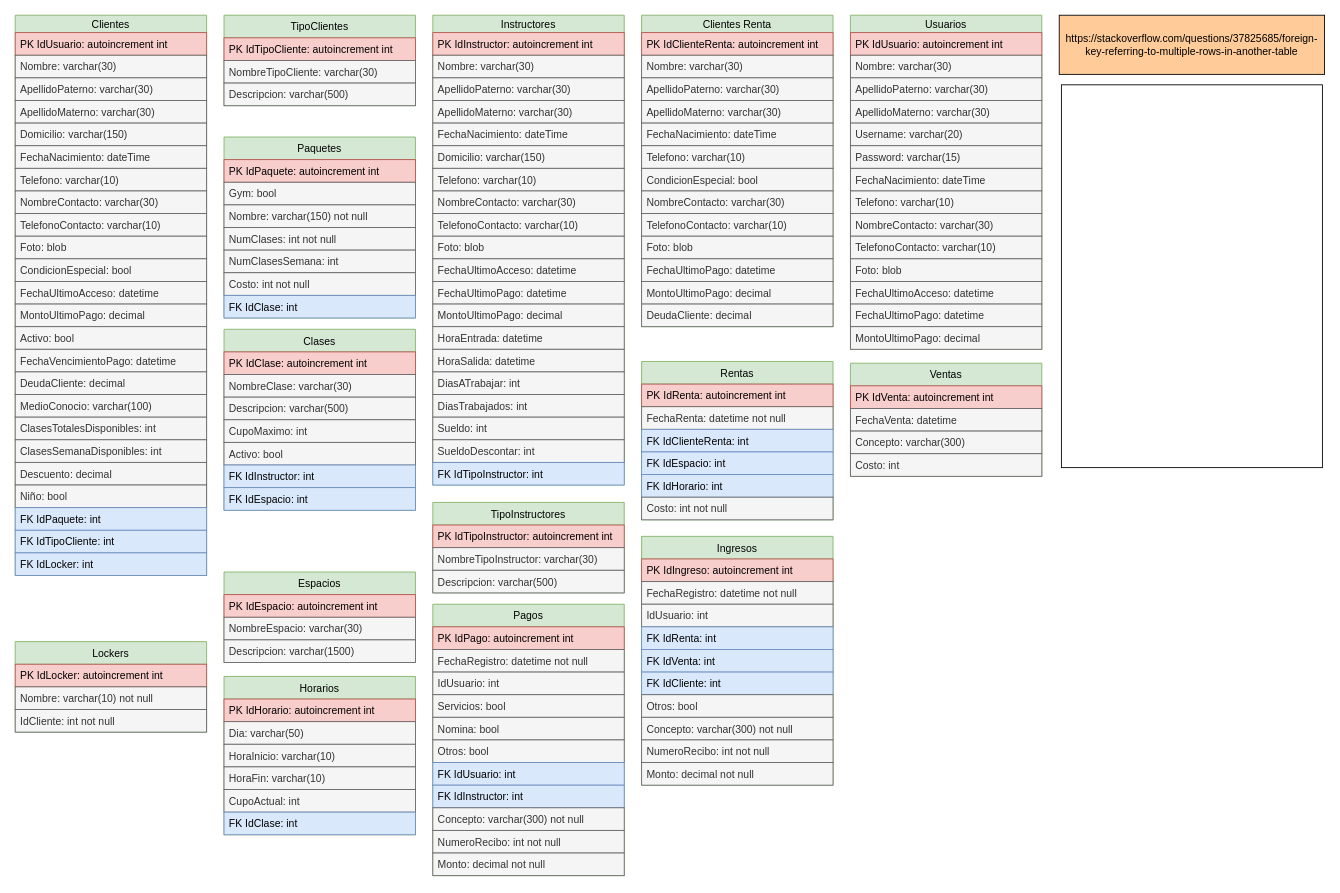
Earlier version of the draw.io diagram page "Base de Datos" (1 of 3) of GymCastillo/Docs/Diagrams/Database.drawio (Fwxzxh/GymCastillo). Source tidied: cells renumbered, new cells numbered last; positions are measured from the earlier drawing's top-left corner, leaving out a move shared by most shapes. Both pictures are drawn from the tidied source at 87%, with x=0, y=0 at pixel (15, 15).
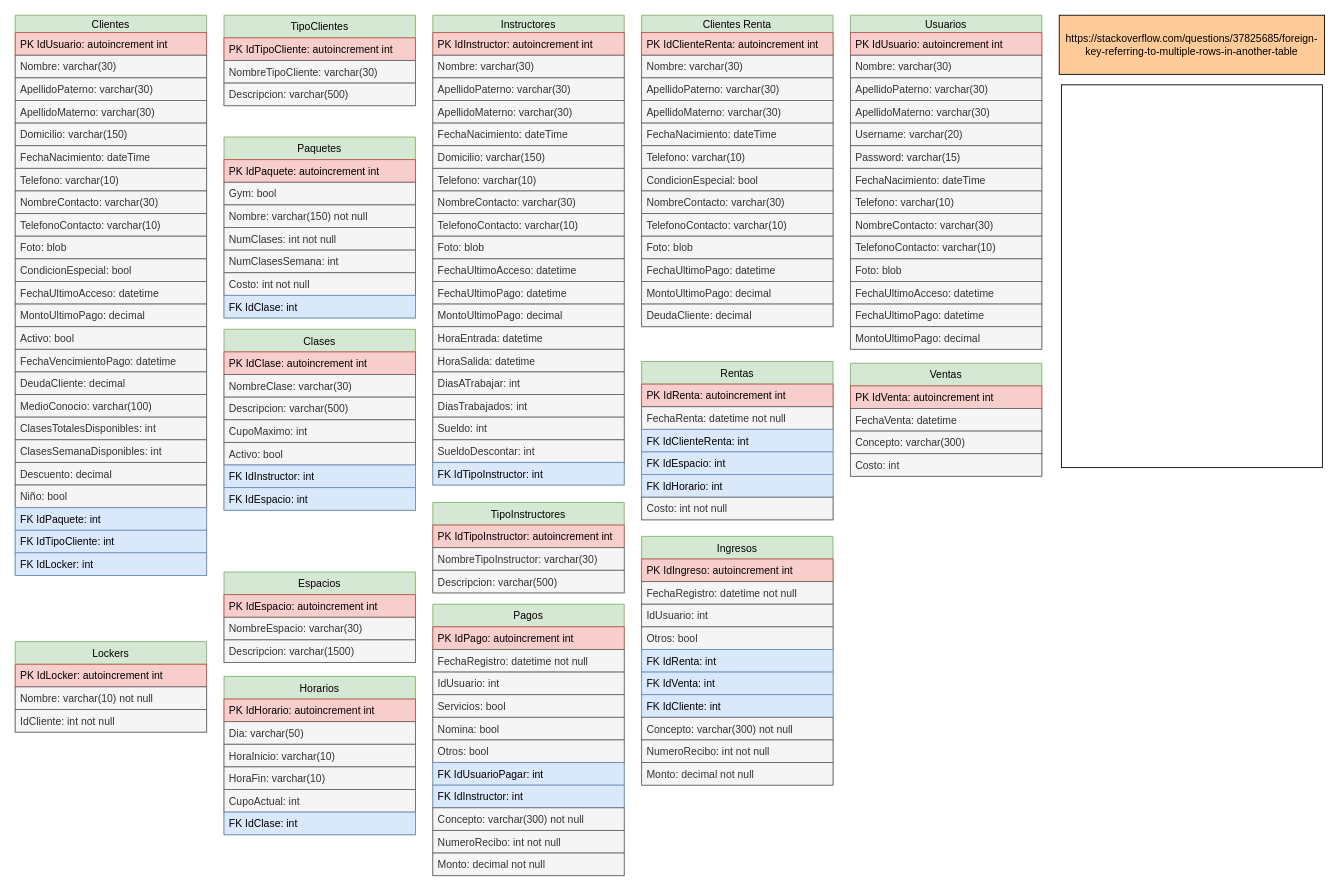
The same page after the edit.

The change refers to these unchanged cells:
```xml
<mxCell id="60" value="Pagos" style="swimlane;fontStyle=0;horizontal=1;startSize=26;fillColor=#d5e8d4;strokeColor=#82b366;" parent="1" vertex="1">
  <mxGeometry x="480" y="677" width="220" height="312" as="geometry" />
</mxCell>
<mxCell id="72" value="Ingresos" style="swimlane;fontStyle=0;horizontal=1;startSize=26;fillColor=#d5e8d4;strokeColor=#82b366;" parent="1" vertex="1">
  <mxGeometry x="720" y="599" width="220" height="286" as="geometry" />
</mxCell>
```

The edit, as a diff of the source:
```diff
@@
-    <mxCell id="67" value="FK IdUsuario: int" style="text;strokeColor=#6c8ebf;fillColor=#dae8fc;align=left;verticalAlign=top;spacingLeft=4;spacingRight=4;overflow=hidden;" parent="60" vertex="1">
+    <mxCell id="67" value="FK IdUsuarioPagar: int" style="text;strokeColor=#6c8ebf;fillColor=#dae8fc;align=left;verticalAlign=top;spacingLeft=4;spacingRight=4;overflow=hidden;" parent="60" vertex="1">
       <mxGeometry y="182" width="220" height="26" as="geometry" />
     </mxCell>
@@
+    <mxCell id="79" value="Otros: bool" style="text;strokeColor=#666666;fillColor=#f5f5f5;align=left;verticalAlign=top;spacingLeft=4;spacingRight=4;overflow=hidden;fontColor=#333333;" parent="72" vertex="1">
+      <mxGeometry y="104" width="220" height="26" as="geometry" />
+    </mxCell>
     <mxCell id="76" value="FK IdRenta: int" style="text;strokeColor=#6c8ebf;fillColor=#dae8fc;align=left;verticalAlign=top;spacingLeft=4;spacingRight=4;overflow=hidden;" parent="72" vertex="1">
-      <mxGeometry y="104" width="220" height="26" as="geometry" />
+      <mxGeometry y="130" width="220" height="26" as="geometry" />
     </mxCell>
     <mxCell id="77" value="FK IdVenta: int" style="text;strokeColor=#6c8ebf;fillColor=#dae8fc;align=left;verticalAlign=top;spacingLeft=4;spacingRight=4;overflow=hidden;" parent="72" vertex="1">
-      <mxGeometry y="130" width="220" height="26" as="geometry" />
+      <mxGeometry y="156" width="220" height="26" as="geometry" />
     </mxCell>
     <mxCell id="78" value="FK IdCliente: int" style="text;strokeColor=#6c8ebf;fillColor=#dae8fc;align=left;verticalAlign=top;spacingLeft=4;spacingRight=4;overflow=hidden;" parent="72" vertex="1">
-      <mxGeometry y="156" width="220" height="26" as="geometry" />
+      <mxGeometry y="182" width="220" height="26" as="geometry" />
     </mxCell>
-    <mxCell id="79" value="Otros: bool" style="text;strokeColor=#666666;fillColor=#f5f5f5;align=left;verticalAlign=top;spacingLeft=4;spacingRight=4;overflow=hidden;fontColor=#333333;" parent="72" vertex="1">
-      <mxGeometry y="182" width="220" height="26" as="geometry" />
-    </mxCell>
```
